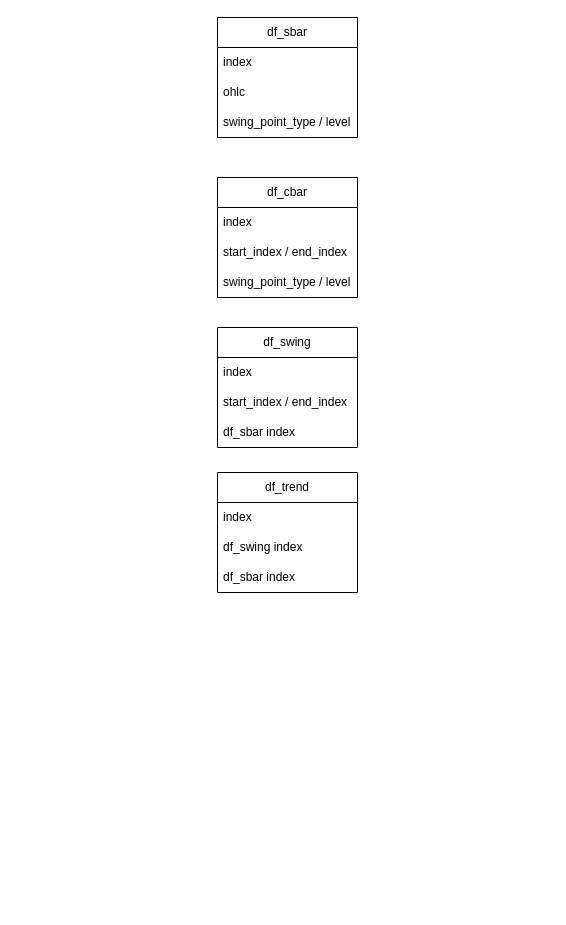
This is page "DB Relation" (8 of 8) of docs/followchart.drawio from ligl/pulao, a draw.io file, before an edit. Source tidied: cells renumbered, new cells numbered last; positions are measured from the earlier drawing's top-left corner, leaving out a move shared by most shapes. Both pictures are drawn from the tidied source at 100%, with x=0, y=0 at pixel (217, 17).
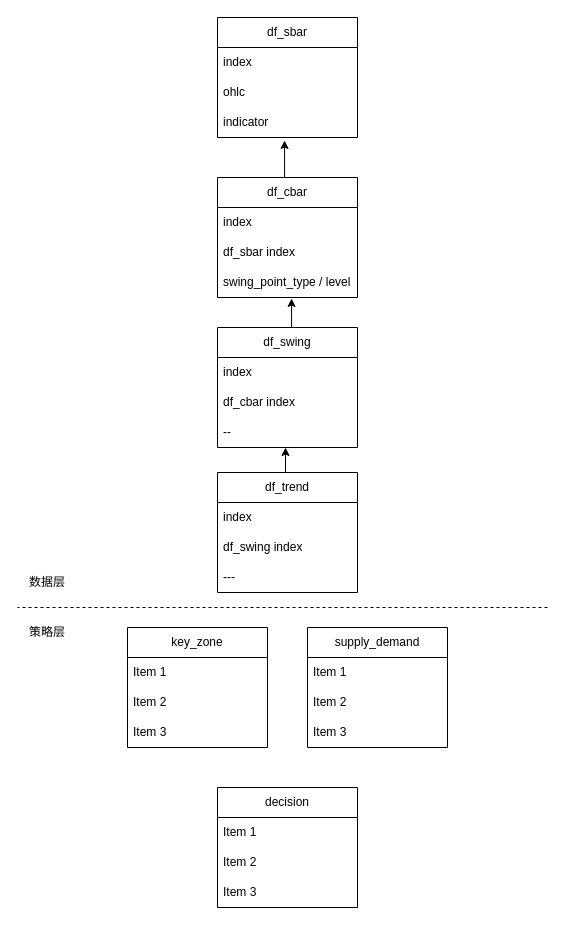
After the change.

Unchanged cells that the change refers to:
```xml
<mxCell id="2" value="df_sbar" style="swimlane;fontStyle=0;horizontal=1;startSize=30;whiteSpace=wrap;html=1;" parent="1" vertex="1">
  <mxGeometry width="140" height="120" as="geometry" />
</mxCell>
<mxCell id="6" value="df_cbar" style="swimlane;fontStyle=0;horizontal=1;startSize=30;whiteSpace=wrap;html=1;" parent="1" vertex="1">
  <mxGeometry y="160" width="140" height="120" as="geometry" />
</mxCell>
<mxCell id="9" value="swing_point_type / level" style="text;strokeColor=none;fillColor=none;align=left;verticalAlign=middle;spacingLeft=4;spacingRight=4;overflow=hidden;points=[[0,0.5],[1,0.5]];portConstraint=eastwest;whiteSpace=wrap;html=1;" parent="6" vertex="1">
  <mxGeometry y="90" width="140" height="30" as="geometry" />
</mxCell>
<mxCell id="10" value="df_swing" style="swimlane;fontStyle=0;horizontal=1;startSize=30;whiteSpace=wrap;html=1;" parent="1" vertex="1">
  <mxGeometry y="310" width="140" height="120" as="geometry" />
</mxCell>
<mxCell id="14" value="df_trend" style="swimlane;fontStyle=0;horizontal=1;startSize=30;whiteSpace=wrap;html=1;" parent="1" vertex="1">
  <mxGeometry y="455" width="140" height="120" as="geometry" />
</mxCell>
```

The edit, as a diff of the source:
```diff
@@
-    <mxCell id="5" value="swing_point_type / level" style="text;strokeColor=none;fillColor=none;align=left;verticalAlign=middle;spacingLeft=4;spacingRight=4;overflow=hidden;points=[[0,0.5],[1,0.5]];portConstraint=eastwest;whiteSpace=wrap;html=1;" parent="2" vertex="1">
+    <mxCell id="5" value="indicator" style="text;strokeColor=none;fillColor=none;align=left;verticalAlign=middle;spacingLeft=4;spacingRight=4;overflow=hidden;points=[[0,0.5],[1,0.5]];portConstraint=eastwest;whiteSpace=wrap;html=1;" parent="2" vertex="1">
       <mxGeometry y="90" width="140" height="30" as="geometry" />
     </mxCell>
@@
-    <mxCell id="8" value="start_index / end_index" style="text;strokeColor=none;fillColor=none;align=left;verticalAlign=middle;spacingLeft=4;spacingRight=4;overflow=hidden;whiteSpace=wrap;html=1;" parent="6" vertex="1">
+    <mxCell id="8" value="df_sbar index" style="text;strokeColor=none;fillColor=none;align=left;verticalAlign=middle;spacingLeft=4;spacingRight=4;overflow=hidden;whiteSpace=wrap;html=1;" parent="6" vertex="1">
       <mxGeometry y="60" width="140" height="30" as="geometry" />
     </mxCell>
@@
-    <mxCell id="12" value="start_index / end_index" style="text;strokeColor=none;fillColor=none;align=left;verticalAlign=middle;spacingLeft=4;spacingRight=4;overflow=hidden;whiteSpace=wrap;html=1;" parent="10" vertex="1">
+    <mxCell id="12" value="df_cbar index" style="text;strokeColor=none;fillColor=none;align=left;verticalAlign=middle;spacingLeft=4;spacingRight=4;overflow=hidden;whiteSpace=wrap;html=1;" parent="10" vertex="1">
       <mxGeometry y="60" width="140" height="30" as="geometry" />
     </mxCell>
-    <mxCell id="13" value="df_sbar index" style="text;strokeColor=none;fillColor=none;align=left;verticalAlign=middle;spacingLeft=4;spacingRight=4;overflow=hidden;points=[[0,0.5],[1,0.5]];portConstraint=eastwest;whiteSpace=wrap;html=1;" parent="10" vertex="1">
+    <mxCell id="13" value="--" style="text;strokeColor=none;fillColor=none;align=left;verticalAlign=middle;spacingLeft=4;spacingRight=4;overflow=hidden;points=[[0,0.5],[1,0.5]];portConstraint=eastwest;whiteSpace=wrap;html=1;" parent="10" vertex="1">
       <mxGeometry y="90" width="140" height="30" as="geometry" />
     </mxCell>
@@
-    <mxCell id="17" value="df_sbar index" style="text;strokeColor=none;fillColor=none;align=left;verticalAlign=middle;spacingLeft=4;spacingRight=4;overflow=hidden;whiteSpace=wrap;html=1;" parent="14" vertex="1">
+    <mxCell id="17" value="---" style="text;strokeColor=none;fillColor=none;align=left;verticalAlign=middle;spacingLeft=4;spacingRight=4;overflow=hidden;whiteSpace=wrap;html=1;" parent="14" vertex="1">
       <mxGeometry y="90" width="140" height="30" as="geometry" />
     </mxCell>
+    <mxCell id="18" style="edgeStyle=orthogonalEdgeStyle;rounded=0;jettySize=auto;html=1;exitX=0.5;exitY=0;exitDx=0;exitDy=0;entryX=0.479;entryY=1.1;entryDx=0;entryDy=0;entryPerimeter=0;" parent="1" edge="1" source="6" target="5">
+      <mxGeometry relative="1" as="geometry" />
+    </mxCell>
+    <mxCell id="19" style="edgeStyle=orthogonalEdgeStyle;rounded=0;jettySize=auto;html=1;exitX=0.5;exitY=0;exitDx=0;exitDy=0;entryX=0.529;entryY=1.033;entryDx=0;entryDy=0;entryPerimeter=0;" parent="1" edge="1" source="10" target="9">
+      <mxGeometry relative="1" as="geometry" />
+    </mxCell>
+    <mxCell id="20" style="edgeStyle=orthogonalEdgeStyle;rounded=0;jettySize=auto;html=1;exitX=0.5;exitY=0;exitDx=0;exitDy=0;entryX=0.486;entryY=1;entryDx=0;entryDy=0;entryPerimeter=0;" parent="1" edge="1" source="14" target="13">
+      <mxGeometry relative="1" as="geometry" />
+    </mxCell>
+    <mxCell id="21" value="key_zone" style="swimlane;fontStyle=0;horizontal=1;startSize=30;whiteSpace=wrap;html=1;" parent="1" vertex="1">
+      <mxGeometry x="-90" y="610" width="140" height="120" as="geometry" />
+    </mxCell>
+    <mxCell id="22" value="Item 1" style="text;strokeColor=none;fillColor=none;align=left;verticalAlign=middle;spacingLeft=4;spacingRight=4;overflow=hidden;whiteSpace=wrap;html=1;" parent="21" vertex="1">
+      <mxGeometry y="30" width="140" height="30" as="geometry" />
+    </mxCell>
+    <mxCell id="23" value="Item 2" style="text;strokeColor=none;fillColor=none;align=left;verticalAlign=middle;spacingLeft=4;spacingRight=4;overflow=hidden;whiteSpace=wrap;html=1;" parent="21" vertex="1">
+      <mxGeometry y="60" width="140" height="30" as="geometry" />
+    </mxCell>
+    <mxCell id="24" value="Item 3" style="text;strokeColor=none;fillColor=none;align=left;verticalAlign=middle;spacingLeft=4;spacingRight=4;overflow=hidden;whiteSpace=wrap;html=1;" parent="21" vertex="1">
+      <mxGeometry y="90" width="140" height="30" as="geometry" />
+    </mxCell>
+    <mxCell id="25" value="supply_demand" style="swimlane;fontStyle=0;horizontal=1;startSize=30;whiteSpace=wrap;html=1;" parent="1" vertex="1">
+      <mxGeometry x="90" y="610" width="140" height="120" as="geometry" />
+    </mxCell>
+    <mxCell id="26" value="Item 1" style="text;strokeColor=none;fillColor=none;align=left;verticalAlign=middle;spacingLeft=4;spacingRight=4;overflow=hidden;whiteSpace=wrap;html=1;" parent="25" vertex="1">
+      <mxGeometry y="30" width="140" height="30" as="geometry" />
+    </mxCell>
+    <mxCell id="27" value="Item 2" style="text;strokeColor=none;fillColor=none;align=left;verticalAlign=middle;spacingLeft=4;spacingRight=4;overflow=hidden;whiteSpace=wrap;html=1;" parent="25" vertex="1">
+      <mxGeometry y="60" width="140" height="30" as="geometry" />
+    </mxCell>
+    <mxCell id="28" value="Item 3" style="text;strokeColor=none;fillColor=none;align=left;verticalAlign=middle;spacingLeft=4;spacingRight=4;overflow=hidden;whiteSpace=wrap;html=1;" parent="25" vertex="1">
+      <mxGeometry y="90" width="140" height="30" as="geometry" />
+    </mxCell>
+    <mxCell id="29" value="decision" style="swimlane;fontStyle=0;horizontal=1;startSize=30;whiteSpace=wrap;html=1;" parent="1" vertex="1">
+      <mxGeometry y="770" width="140" height="120" as="geometry" />
+    </mxCell>
+    <mxCell id="30" value="Item 1" style="text;strokeColor=none;fillColor=none;align=left;verticalAlign=middle;spacingLeft=4;spacingRight=4;overflow=hidden;whiteSpace=wrap;html=1;" parent="29" vertex="1">
+      <mxGeometry y="30" width="140" height="30" as="geometry" />
+    </mxCell>
+    <mxCell id="31" value="Item 2" style="text;strokeColor=none;fillColor=none;align=left;verticalAlign=middle;spacingLeft=4;spacingRight=4;overflow=hidden;whiteSpace=wrap;html=1;" parent="29" vertex="1">
+      <mxGeometry y="60" width="140" height="30" as="geometry" />
+    </mxCell>
+    <mxCell id="32" value="Item 3" style="text;strokeColor=none;fillColor=none;align=left;verticalAlign=middle;spacingLeft=4;spacingRight=4;overflow=hidden;whiteSpace=wrap;html=1;" parent="29" vertex="1">
+      <mxGeometry y="90" width="140" height="30" as="geometry" />
+    </mxCell>
+    <mxCell id="33" style="endArrow=none;dashed=1;html=1;rounded=0;" parent="1" edge="1">
+      <mxGeometry relative="1" as="geometry">
+        <mxPoint x="330" y="590" as="sourcePoint" />
+        <mxPoint x="-200" y="590" as="targetPoint" />
+      </mxGeometry>
+    </mxCell>
+    <mxCell id="34" value="数据层" style="text;html=1;whiteSpace=wrap;strokeColor=none;fillColor=none;align=center;verticalAlign=middle;rounded=0;" parent="1" vertex="1">
+      <mxGeometry x="-200" y="550" width="60" height="30" as="geometry" />
+    </mxCell>
+    <mxCell id="35" value="策略层" style="text;html=1;whiteSpace=wrap;strokeColor=none;fillColor=none;align=center;verticalAlign=middle;rounded=0;" parent="1" vertex="1">
+      <mxGeometry x="-200" y="600" width="60" height="30" as="geometry" />
+    </mxCell>
```
